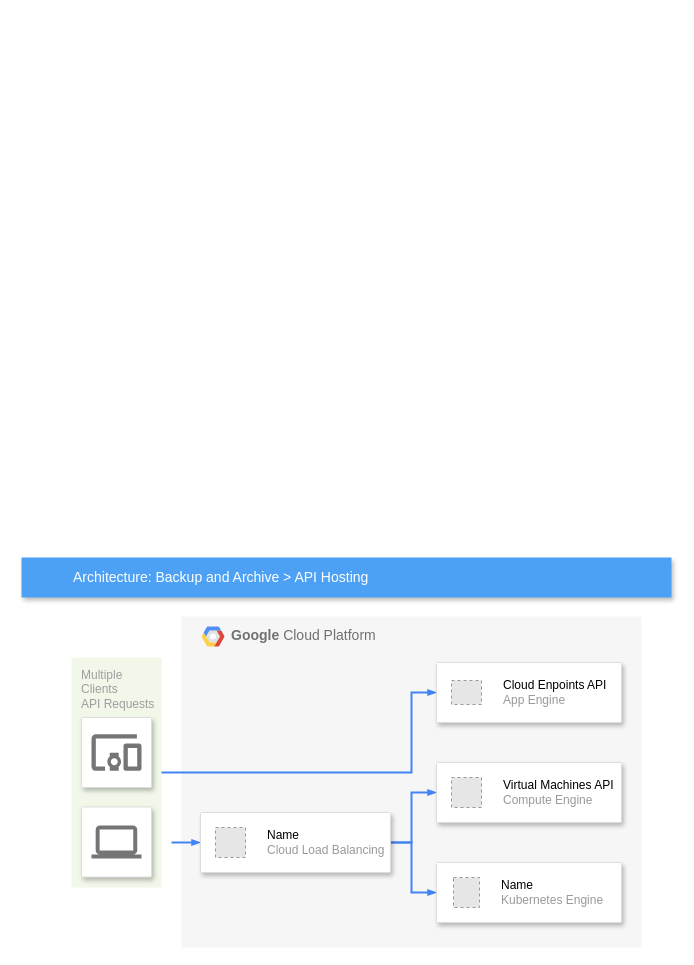
dwivedinamrata23/datahub-helm keeps this draw.io diagram as page "Page-1" (1 of 3) of Untitled Diagram.drawio. Above is the earlier version. Source tidied: cells renumbered, new cells numbered last; positions are measured from the earlier drawing's top-left corner, leaving out a move shared by most shapes. Both pictures are drawn from the tidied source at 100%, with x=0, y=0 at pixel (21, 557). Pictures stored in the file or linked from it are replaced by grey dashed boxes.
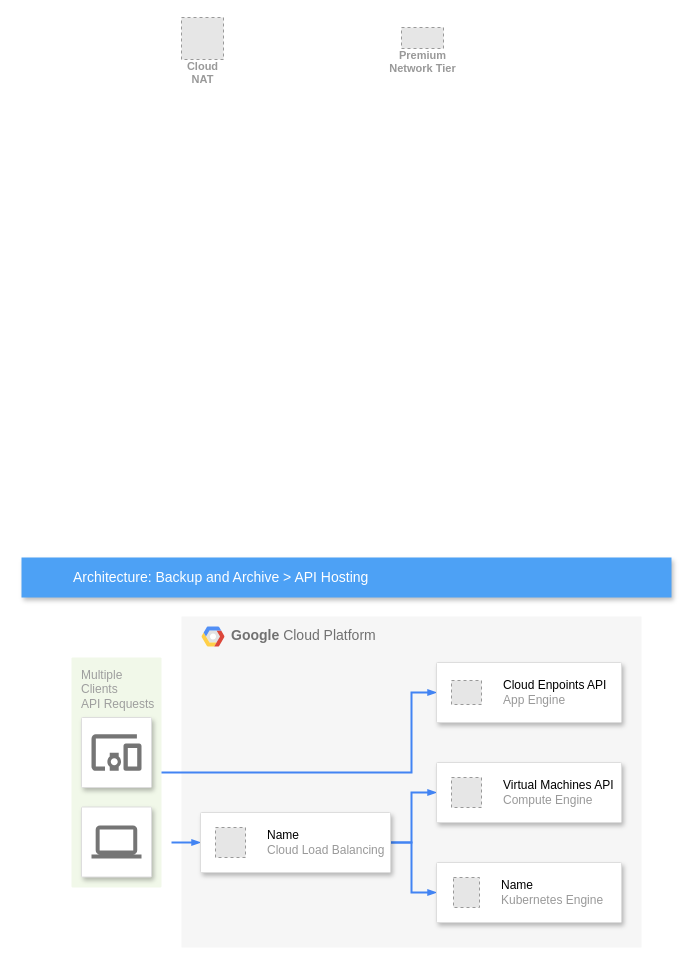
The same page after the edit.

Change to the diagram source:
```diff
@@
+    <mxCell id="22" value="Cloud&#10;NAT" style="fillColor=#E6E6E6;strokeColor=#999999;dashed=1;html=1;verticalAlign=top;labelPosition=center;verticalLabelPosition=bottom;align=center;spacingTop=-6;fontSize=11;fontStyle=1;fontColor=#999999;" parent="1" vertex="1">
+      <mxGeometry x="160" y="-540" width="42" height="42" as="geometry" />
+    </mxCell>
+    <mxCell id="23" value="Premium&#10;Network Tier" style="fillColor=#E6E6E6;strokeColor=#999999;dashed=1;html=1;verticalAlign=top;labelPosition=center;verticalLabelPosition=bottom;align=center;spacingTop=-6;fontSize=11;fontStyle=1;fontColor=#999999;" parent="1" vertex="1">
+      <mxGeometry x="380" y="-530" width="42" height="21" as="geometry" />
+    </mxCell>
```
